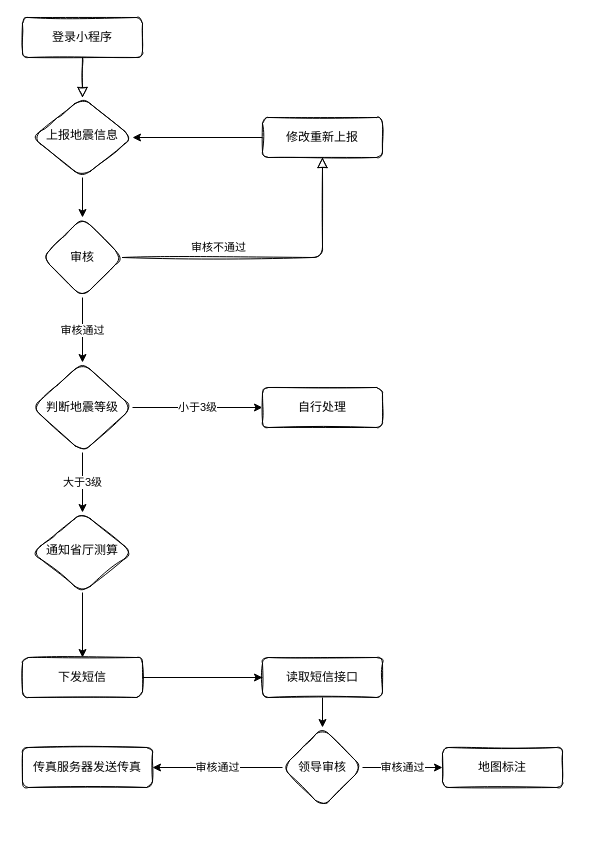
Before: runtime/未命名绘图.drawio in tiger1103/tp5-admin, a draw.io diagram. Source tidied: cells renumbered, new cells numbered last; positions are measured from the earlier drawing's top-left corner, leaving out a move shared by most shapes. Both pictures are drawn from the tidied source at 100%, with x=0, y=0 at pixel (22, 17).
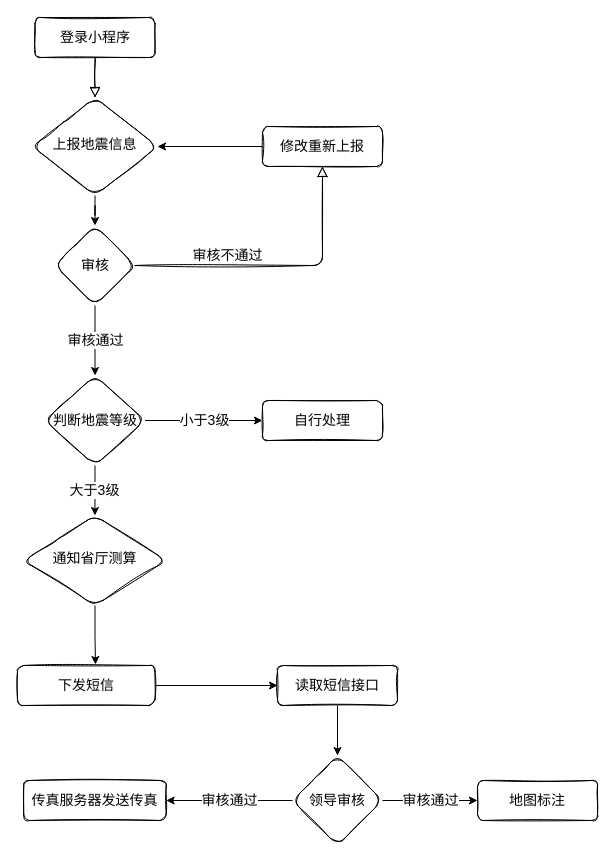
The same page after the edit.

Change to the diagram source:
```diff
@@
-    <mxCell id="2" style="rounded=1;html=1;jettySize=auto;fontSize=11;endArrow=block;endFill=0;endSize=8;strokeWidth=1;shadow=0;labelBackgroundColor=none;edgeStyle=orthogonalEdgeStyle;sketch=1;" parent="1" edge="1" source="3" target="6">
+    <mxCell id="2" style="rounded=1;html=1;jettySize=auto;fontSize=14;endArrow=block;endFill=0;endSize=8;strokeWidth=1;shadow=0;labelBackgroundColor=none;edgeStyle=orthogonalEdgeStyle;sketch=1;" parent="1" edge="1" source="3" target="6">
       <mxGeometry relative="1" as="geometry" />
     </mxCell>
-    <mxCell id="3" value="登录小程序" style="rounded=1;whiteSpace=wrap;html=1;fontSize=12;glass=0;strokeWidth=1;shadow=0;sketch=1;" parent="1" vertex="1">
-      <mxGeometry width="120" height="40" as="geometry" />
+    <mxCell id="3" value="登录小程序" style="rounded=1;whiteSpace=wrap;html=1;fontSize=14;glass=0;strokeWidth=1;shadow=0;sketch=1;" parent="1" vertex="1">
+      <mxGeometry x="12.5" width="120" height="40" as="geometry" />
     </mxCell>
-    <mxCell id="4" value="审核不通过" style="edgeStyle=orthogonalEdgeStyle;rounded=1;html=1;jettySize=auto;fontSize=11;endArrow=block;endFill=0;endSize=8;strokeWidth=1;shadow=0;labelBackgroundColor=none;sketch=1;exitX=1;exitY=0.5;exitDx=0;exitDy=0;" parent="1" edge="1" source="21" target="8">
+    <mxCell id="4" value="审核不通过" style="edgeStyle=orthogonalEdgeStyle;rounded=1;html=1;jettySize=auto;fontSize=14;endArrow=block;endFill=0;endSize=8;strokeWidth=1;shadow=0;labelBackgroundColor=none;sketch=1;exitX=1;exitY=0.5;exitDx=0;exitDy=0;" parent="1" edge="1" source="21" target="8">
       <mxGeometry x="-0.36" y="10" relative="1" as="geometry" />
     </mxCell>
-    <mxCell id="5" style="edgeStyle=orthogonalEdgeStyle;rounded=0;jettySize=auto;html=1;entryX=0.5;entryY=0;entryDx=0;entryDy=0;" parent="1" edge="1" source="6" target="21">
+    <mxCell id="5" style="edgeStyle=orthogonalEdgeStyle;rounded=0;jettySize=auto;html=1;entryX=0.5;entryY=0;entryDx=0;entryDy=0;fontSize=14;" parent="1" edge="1" source="6" target="21">
       <mxGeometry relative="1" as="geometry" />
     </mxCell>
-    <mxCell id="6" value="上报地震信息" style="rhombus;whiteSpace=wrap;html=1;shadow=0;fontFamily=Helvetica;fontSize=12;align=center;strokeWidth=1;spacing=6;spacingTop=-4;sketch=1;rounded=1;" parent="1" vertex="1">
-      <mxGeometry x="10" y="80" width="100" height="80" as="geometry" />
+    <mxCell id="6" value="上报地震信息" style="rhombus;whiteSpace=wrap;html=1;shadow=0;fontFamily=Helvetica;fontSize=14;align=center;strokeWidth=1;spacing=6;spacingTop=-4;sketch=1;rounded=1;" parent="1" vertex="1">
+      <mxGeometry x="10" y="80" width="125" height="98" as="geometry" />
     </mxCell>
-    <mxCell id="7" style="edgeStyle=orthogonalEdgeStyle;rounded=0;jettySize=auto;html=1;entryX=1;entryY=0.5;entryDx=0;entryDy=0;" parent="1" edge="1" source="8" target="6">
+    <mxCell id="7" style="edgeStyle=orthogonalEdgeStyle;rounded=0;jettySize=auto;html=1;entryX=1;entryY=0.5;entryDx=0;entryDy=0;fontSize=14;" parent="1" edge="1" source="8" target="6">
       <mxGeometry relative="1" as="geometry" />
     </mxCell>
-    <mxCell id="8" value="修改重新上报" style="rounded=1;whiteSpace=wrap;html=1;fontSize=12;glass=0;strokeWidth=1;shadow=0;sketch=1;" parent="1" vertex="1">
-      <mxGeometry x="240" y="100" width="120" height="40" as="geometry" />
+    <mxCell id="8" value="修改重新上报" style="rounded=1;whiteSpace=wrap;html=1;fontSize=14;glass=0;strokeWidth=1;shadow=0;sketch=1;" parent="1" vertex="1">
+      <mxGeometry x="240" y="109" width="120" height="40" as="geometry" />
     </mxCell>
-    <mxCell id="9" style="edgeStyle=orthogonalEdgeStyle;rounded=0;jettySize=auto;html=1;entryX=0.5;entryY=0;entryDx=0;entryDy=0;" parent="1" edge="1" source="10" target="13">
+    <mxCell id="9" style="edgeStyle=orthogonalEdgeStyle;rounded=0;jettySize=auto;html=1;fontSize=14;entryX=0.567;entryY=-0.025;entryDx=0;entryDy=0;entryPerimeter=0;" parent="1" edge="1" source="10" target="13">
       <mxGeometry relative="1" as="geometry" />
     </mxCell>
-    <mxCell id="10" value="通知省厅测算" style="rhombus;whiteSpace=wrap;html=1;shadow=0;fontFamily=Helvetica;fontSize=12;align=center;strokeWidth=1;spacing=6;spacingTop=-4;sketch=1;rounded=1;" parent="1" vertex="1">
-      <mxGeometry x="10" y="495" width="100" height="80" as="geometry" />
+    <mxCell id="10" value="通知省厅测算" style="rhombus;whiteSpace=wrap;html=1;shadow=0;fontFamily=Helvetica;fontSize=14;align=center;strokeWidth=1;spacing=6;spacingTop=-4;sketch=1;rounded=1;" parent="1" vertex="1">
+      <mxGeometry x="1.2" y="498" width="142.5" height="90" as="geometry" />
     </mxCell>
-    <mxCell id="11" style="edgeStyle=orthogonalEdgeStyle;rounded=0;jettySize=auto;html=1;startArrow=none;" parent="1" edge="1" source="25" target="20">
+    <mxCell id="11" style="edgeStyle=orthogonalEdgeStyle;rounded=0;jettySize=auto;html=1;startArrow=none;fontSize=14;" parent="1" edge="1" source="25" target="20">
       <mxGeometry relative="1" as="geometry" />
     </mxCell>
-    <mxCell id="12" style="edgeStyle=orthogonalEdgeStyle;rounded=0;jettySize=auto;html=1;" parent="1" edge="1" source="13" target="25">
+    <mxCell id="12" style="edgeStyle=orthogonalEdgeStyle;rounded=0;jettySize=auto;html=1;fontSize=14;" parent="1" edge="1" source="13" target="25">
       <mxGeometry relative="1" as="geometry" />
     </mxCell>
-    <mxCell id="13" value="下发短信" style="rounded=1;whiteSpace=wrap;html=1;fontSize=12;glass=0;strokeWidth=1;shadow=0;sketch=1;" parent="1" vertex="1">
-      <mxGeometry y="640" width="120" height="40" as="geometry" />
+    <mxCell id="13" value="下发短信" style="rounded=1;whiteSpace=wrap;html=1;fontSize=14;glass=0;strokeWidth=1;shadow=0;sketch=1;" parent="1" vertex="1">
+      <mxGeometry x="-5" y="648" width="137.5" height="40" as="geometry" />
     </mxCell>
-    <mxCell id="14" value="大于3级" style="edgeStyle=orthogonalEdgeStyle;rounded=0;jettySize=auto;html=1;entryX=0.5;entryY=0;entryDx=0;entryDy=0;exitX=0.5;exitY=1;exitDx=0;exitDy=0;" parent="1" edge="1" source="22" target="10">
+    <mxCell id="14" value="大于3级" style="edgeStyle=orthogonalEdgeStyle;rounded=0;jettySize=auto;html=1;entryX=0.5;entryY=0;entryDx=0;entryDy=0;exitX=0.5;exitY=1;exitDx=0;exitDy=0;fontSize=14;" parent="1" edge="1" source="22" target="10">
       <mxGeometry relative="1" as="geometry" />
     </mxCell>
-    <mxCell id="15" value="小于3级" style="edgeStyle=orthogonalEdgeStyle;rounded=0;jettySize=auto;html=1;entryX=0;entryY=0.5;entryDx=0;entryDy=0;" parent="1" edge="1" source="22" target="17">
+    <mxCell id="15" value="小于3级" style="edgeStyle=orthogonalEdgeStyle;rounded=0;jettySize=auto;html=1;entryX=0;entryY=0.5;entryDx=0;entryDy=0;fontSize=14;" parent="1" edge="1" source="22" target="17">
       <mxGeometry relative="1" as="geometry" />
     </mxCell>
-    <mxCell id="16" value="审核通过" style="edgeStyle=orthogonalEdgeStyle;rounded=0;jettySize=auto;html=1;exitX=0.5;exitY=1;exitDx=0;exitDy=0;" parent="1" edge="1" source="21" target="22">
+    <mxCell id="16" value="审核通过" style="edgeStyle=orthogonalEdgeStyle;rounded=0;jettySize=auto;html=1;exitX=0.5;exitY=1;exitDx=0;exitDy=0;fontSize=14;" parent="1" edge="1" source="21" target="22">
       <mxGeometry relative="1" as="geometry" />
     </mxCell>
-    <mxCell id="17" value="自行处理" style="rounded=1;whiteSpace=wrap;html=1;fontSize=12;glass=0;strokeWidth=1;shadow=0;sketch=1;" parent="1" vertex="1">
-      <mxGeometry x="240" y="370" width="120" height="40" as="geometry" />
+    <mxCell id="17" value="自行处理" style="rounded=1;whiteSpace=wrap;html=1;fontSize=14;glass=0;strokeWidth=1;shadow=0;sketch=1;" parent="1" vertex="1">
+      <mxGeometry x="240" y="383" width="120" height="40" as="geometry" />
     </mxCell>
-    <mxCell id="18" value="审核通过" style="edgeStyle=orthogonalEdgeStyle;rounded=0;jettySize=auto;html=1;" parent="1" edge="1" source="20" target="23">
+    <mxCell id="18" value="审核通过" style="edgeStyle=orthogonalEdgeStyle;rounded=0;jettySize=auto;html=1;fontSize=14;" parent="1" edge="1" source="20" target="23">
       <mxGeometry relative="1" as="geometry" />
     </mxCell>
-    <mxCell id="19" value="审核通过" style="edgeStyle=orthogonalEdgeStyle;rounded=0;jettySize=auto;html=1;" parent="1" edge="1" source="20" target="24">
+    <mxCell id="19" value="审核通过" style="edgeStyle=orthogonalEdgeStyle;rounded=0;jettySize=auto;html=1;fontSize=14;" parent="1" edge="1" source="20" target="24">
       <mxGeometry relative="1" as="geometry" />
     </mxCell>
-    <mxCell id="20" value="领导审核" style="rhombus;whiteSpace=wrap;html=1;rounded=1;glass=0;strokeWidth=1;shadow=0;sketch=1;" parent="1" vertex="1">
-      <mxGeometry x="260" y="710" width="80" height="80" as="geometry" />
+    <mxCell id="20" value="领导审核" style="rhombus;whiteSpace=wrap;html=1;rounded=1;glass=0;strokeWidth=1;shadow=0;sketch=1;fontSize=14;" parent="1" vertex="1">
+      <mxGeometry x="270" y="738" width="90" height="90" as="geometry" />
     </mxCell>
-    <mxCell id="21" value="审核" style="rhombus;whiteSpace=wrap;html=1;rounded=1;glass=0;strokeWidth=1;shadow=0;sketch=1;" parent="1" vertex="1">
-      <mxGeometry x="20" y="200" width="80" height="80" as="geometry" />
+    <mxCell id="21" value="审核" style="rhombus;whiteSpace=wrap;html=1;rounded=1;glass=0;strokeWidth=1;shadow=0;sketch=1;fontSize=14;" parent="1" vertex="1">
+      <mxGeometry x="32.5" y="208" width="80" height="80" as="geometry" />
     </mxCell>
-    <mxCell id="22" value="判断地震等级" style="rhombus;whiteSpace=wrap;html=1;rounded=1;glass=0;strokeWidth=1;shadow=0;sketch=1;" parent="1" vertex="1">
-      <mxGeometry x="10" y="345" width="100" height="90" as="geometry" />
+    <mxCell id="22" value="判断地震等级" style="rhombus;whiteSpace=wrap;html=1;rounded=1;glass=0;strokeWidth=1;shadow=0;sketch=1;fontSize=14;" parent="1" vertex="1">
+      <mxGeometry x="22.5" y="358" width="100" height="90" as="geometry" />
     </mxCell>
-    <mxCell id="23" value="传真服务器发送传真" style="whiteSpace=wrap;html=1;rounded=1;glass=0;strokeWidth=1;shadow=0;sketch=1;" parent="1" vertex="1">
-      <mxGeometry y="730" width="130" height="40" as="geometry" />
+    <mxCell id="23" value="传真服务器发送传真" style="whiteSpace=wrap;html=1;rounded=1;glass=0;strokeWidth=1;shadow=0;sketch=1;fontSize=14;" parent="1" vertex="1">
+      <mxGeometry x="1.2" y="763" width="142.5" height="40" as="geometry" />
     </mxCell>
-    <mxCell id="24" value="地图标注" style="whiteSpace=wrap;html=1;rounded=1;glass=0;strokeWidth=1;shadow=0;sketch=1;" parent="1" vertex="1">
-      <mxGeometry x="420" y="730" width="120" height="40" as="geometry" />
+    <mxCell id="24" value="地图标注" style="whiteSpace=wrap;html=1;rounded=1;glass=0;strokeWidth=1;shadow=0;sketch=1;fontSize=14;" parent="1" vertex="1">
+      <mxGeometry x="455" y="763" width="120" height="40" as="geometry" />
     </mxCell>
-    <mxCell id="25" value="读取短信接口" style="rounded=1;whiteSpace=wrap;html=1;fontSize=12;glass=0;strokeWidth=1;shadow=0;sketch=1;" parent="1" vertex="1">
-      <mxGeometry x="240" y="640" width="120" height="40" as="geometry" />
+    <mxCell id="25" value="读取短信接口" style="rounded=1;whiteSpace=wrap;html=1;fontSize=14;glass=0;strokeWidth=1;shadow=0;sketch=1;" parent="1" vertex="1">
+      <mxGeometry x="255" y="648" width="120" height="40" as="geometry" />
     </mxCell>
-    <mxCell id="26" style="edgeStyle=orthogonalEdgeStyle;rounded=0;jettySize=auto;html=1;endArrow=none;" parent="1" edge="1" source="13" target="25">
+    <mxCell id="26" style="edgeStyle=orthogonalEdgeStyle;rounded=0;jettySize=auto;html=1;endArrow=none;fontSize=14;" parent="1" edge="1" source="13" target="25">
       <mxGeometry relative="1" as="geometry" />
     </mxCell>
```
